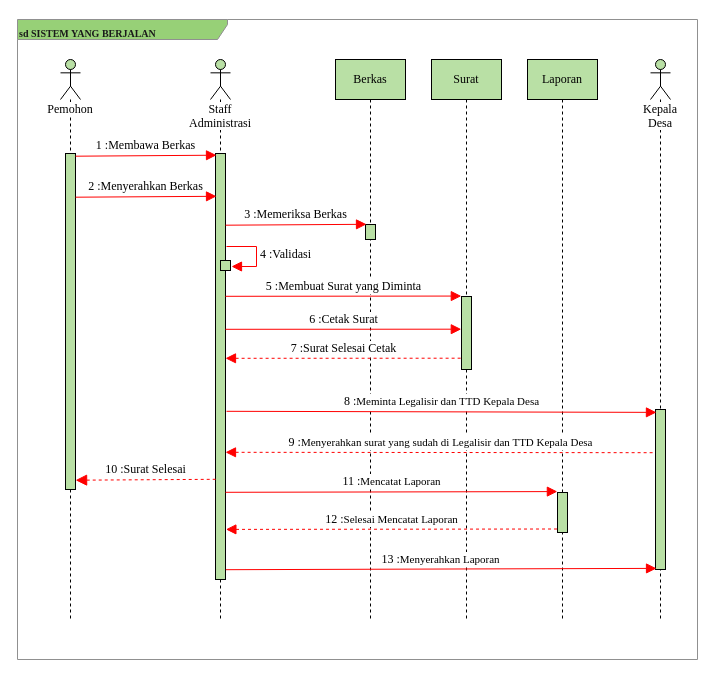
Above: page "sd-diagram" (3 of 3) of prosedur yang berjalan.drawio in AkbarMarunduri/Saga-Diagram (draw.io), before the change. Source tidied: cells renumbered, new cells numbered last; positions are measured from the earlier drawing's top-left corner, leaving out a move shared by most shapes. Both pictures are drawn from the tidied source at 100%, with x=0, y=0 at pixel (-443, 19).
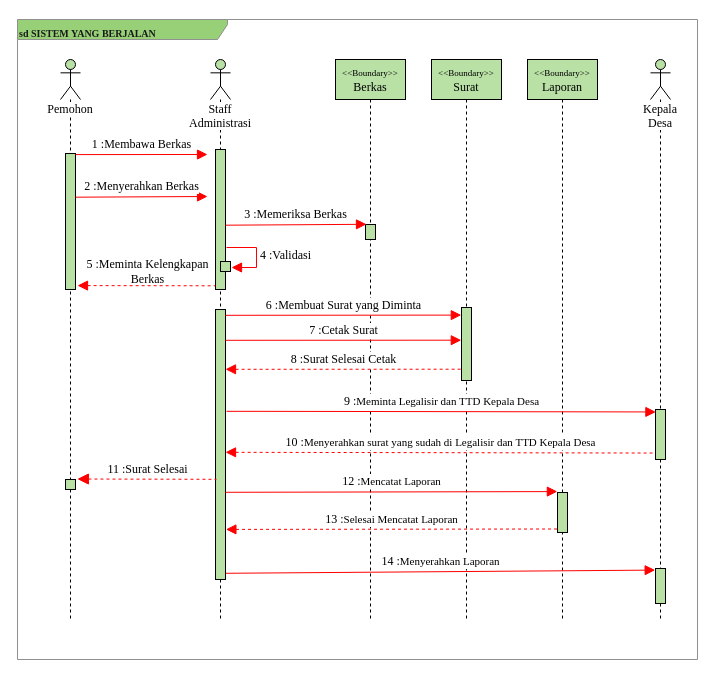
Above is the later version.

Unchanged cells that the change refers to:
```xml
<mxCell id="5" value="&lt;b style=&quot;font-size: x-small&quot;&gt;sd SISTEM YANG BERJALAN&lt;/b&gt;" style="shape=umlFrame;whiteSpace=wrap;html=1;hachureGap=4;fontFamily=Times New Roman;fontSize=20;width=210;height=20;fillColor=#97D077;strokeColor=#909090;fontColor=#1A1A1A;align=left;" parent="1" vertex="1">
  <mxGeometry x="460" width="680" height="640" as="geometry" />
</mxCell>
<mxCell id="6" value="&lt;font color=&quot;#000000&quot; style=&quot;background-color: rgb(255, 255, 255); font-size: 12px;&quot;&gt;Pemohon&lt;/font&gt;" style="shape=umlLifeline;participant=umlActor;perimeter=lifelinePerimeter;whiteSpace=wrap;html=1;verticalAlign=top;spacingTop=36;labelBackgroundColor=none;hachureGap=4;fontFamily=Times New Roman;fontSize=12;fontColor=#FFFFFF;strokeColor=#000000;fillColor=#B9E0A5;gradientColor=none;" parent="1" vertex="1">
  <mxGeometry x="503" y="40" width="20" height="560" as="geometry" />
</mxCell>
<mxCell id="8" value="&lt;font color=&quot;#000000&quot; style=&quot;background-color: rgb(255, 255, 255); font-size: 12px;&quot;&gt;Staff Administrasi&lt;/font&gt;" style="shape=umlLifeline;participant=umlActor;perimeter=lifelinePerimeter;whiteSpace=wrap;html=1;verticalAlign=top;spacingTop=36;labelBackgroundColor=none;hachureGap=4;fontFamily=Times New Roman;fontSize=12;fontColor=#FFFFFF;strokeColor=#000000;fillColor=#B9E0A5;gradientColor=none;" parent="1" vertex="1">
  <mxGeometry x="653" y="40" width="20" height="560" as="geometry" />
</mxCell>
<mxCell id="11" value="&lt;font color=&quot;#000000&quot;&gt;&lt;span style=&quot;background-color: rgb(255 , 255 , 255)&quot;&gt;Kepala Desa&lt;/span&gt;&lt;/font&gt;" style="shape=umlLifeline;participant=umlActor;perimeter=lifelinePerimeter;whiteSpace=wrap;html=1;verticalAlign=top;spacingTop=36;labelBackgroundColor=none;hachureGap=4;fontFamily=Times New Roman;fontSize=12;fontColor=#FFFFFF;strokeColor=#000000;fillColor=#B9E0A5;gradientColor=none;" parent="1" vertex="1">
  <mxGeometry x="1093" y="40" width="20" height="560" as="geometry" />
</mxCell>
<mxCell id="19" style="html=1;points=[];perimeter=orthogonalPerimeter;labelBackgroundColor=none;hachureGap=4;fontFamily=Times New Roman;fontSize=12;fontColor=#000000;strokeColor=#000000;fillColor=#B9E0A5;gradientColor=none;" parent="18" vertex="1">
  <mxGeometry x="30" y="433" width="10" height="40" as="geometry" />
</mxCell>
```

What changed in the source:
```diff
@@
     <mxCell id="7" style="html=1;points=[];perimeter=orthogonalPerimeter;labelBackgroundColor=#FFFFFF;hachureGap=4;fontFamily=Times New Roman;fontSize=12;fontColor=#000000;strokeColor=#000000;fillColor=#B9E0A5;gradientColor=none;" parent="6" vertex="1">
-      <mxGeometry x="5" y="94" width="10" height="336" as="geometry" />
+      <mxGeometry x="5" y="94" width="10" height="136" as="geometry" />
     </mxCell>
+    <mxCell id="32" style="html=1;perimeter=orthogonalPerimeter;labelBackgroundColor=#FFFFFF;hachureGap=4;fontFamily=Times New Roman;fontSize=12;fontColor=#000000;strokeColor=#000000;fillColor=#B9E0A5;gradientColor=none;" parent="6" vertex="1">
+      <mxGeometry x="5" y="420" width="10" height="10" as="geometry" />
+    </mxCell>
@@
+    <mxCell id="33" style="html=1;perimeter=orthogonalPerimeter;labelBackgroundColor=#FFFFFF;hachureGap=4;fontFamily=Times New Roman;fontSize=12;fontColor=#000000;strokeColor=#000000;fillColor=#B9E0A5;gradientColor=none;" parent="8" vertex="1">
+      <mxGeometry x="5" y="90" width="10" height="140" as="geometry" />
+    </mxCell>
     <mxCell id="9" style="html=1;points=[];perimeter=orthogonalPerimeter;labelBackgroundColor=#FFFFFF;hachureGap=4;fontFamily=Times New Roman;fontSize=12;fontColor=#000000;strokeColor=#000000;fillColor=#B9E0A5;gradientColor=none;" parent="8" vertex="1">
-      <mxGeometry x="5" y="94" width="10" height="426" as="geometry" />
+      <mxGeometry x="5" y="250" width="10" height="270" as="geometry" />
     </mxCell>
     <mxCell id="10" style="html=1;perimeter=orthogonalPerimeter;labelBackgroundColor=none;hachureGap=4;fontFamily=Times New Roman;fontSize=12;fontColor=#000000;strokeColor=#000000;fillColor=#B9E0A5;gradientColor=none;" parent="8" vertex="1">
-      <mxGeometry x="10" y="201" width="10" height="10" as="geometry" />
+      <mxGeometry x="10" y="202" width="10" height="10" as="geometry" />
     </mxCell>
@@
     <mxCell id="12" style="html=1;points=[];perimeter=orthogonalPerimeter;labelBackgroundColor=#FFFFFF;hachureGap=4;fontFamily=Times New Roman;fontSize=12;fontColor=#000000;strokeColor=#000000;fillColor=#B9E0A5;gradientColor=none;" parent="11" vertex="1">
-      <mxGeometry x="5" y="350" width="10" height="160" as="geometry" />
+      <mxGeometry x="5" y="350" width="10" height="50" as="geometry" />
     </mxCell>
+    <mxCell id="34" style="html=1;points=[];perimeter=orthogonalPerimeter;labelBackgroundColor=#FFFFFF;hachureGap=4;fontFamily=Times New Roman;fontSize=12;fontColor=#000000;strokeColor=#000000;fillColor=#B9E0A5;gradientColor=none;" parent="11" vertex="1">
+      <mxGeometry x="5" y="509" width="10" height="35" as="geometry" />
+    </mxCell>
-    <mxCell id="13" value="1 :Membawa Berkas" style="rounded=0;hachureGap=4;jettySize=auto;html=1;labelBackgroundColor=default;fontFamily=Times New Roman;fontSize=12;fontColor=#000000;endArrow=block;endFill=1;startSize=14;endSize=8;sourcePerimeterSpacing=8;targetPerimeterSpacing=8;strokeColor=#FF0000;exitX=1.009;exitY=0.008;exitDx=0;exitDy=0;exitPerimeter=0;entryX=0.1;entryY=0.004;entryDx=0;entryDy=0;entryPerimeter=0;" parent="1" edge="1" source="7" target="9">
-      <mxGeometry y="10" relative="1" as="geometry" />
+    <mxCell id="13" value="1 :Membawa Berkas" style="rounded=0;hachureGap=4;jettySize=auto;html=1;labelBackgroundColor=default;fontFamily=Times New Roman;fontSize=12;fontColor=#000000;endArrow=block;endFill=1;startSize=14;endSize=8;sourcePerimeterSpacing=8;targetPerimeterSpacing=8;strokeColor=#FF0000;exitX=1.009;exitY=0.008;exitDx=0;exitDy=0;exitPerimeter=0;" parent="1" edge="1" source="7">
+      <mxGeometry y="10" relative="1" as="geometry">
+        <mxPoint x="650" y="135" as="targetPoint" />
+      </mxGeometry>
     </mxCell>
-    <mxCell id="14" value="Berkas" style="shape=umlLifeline;perimeter=lifelinePerimeter;whiteSpace=wrap;html=1;labelBackgroundColor=none;hachureGap=4;fontFamily=Times New Roman;fontSize=12;fontColor=#000000;strokeColor=#000000;fillColor=#B9E0A5;gradientColor=none;" parent="1" vertex="1">
+    <mxCell id="14" value="&lt;font style=&quot;font-size: 9px&quot;&gt;&amp;lt;&amp;lt;Boundary&amp;gt;&amp;gt;&lt;br&gt;&lt;/font&gt;Berkas" style="shape=umlLifeline;perimeter=lifelinePerimeter;whiteSpace=wrap;html=1;labelBackgroundColor=none;hachureGap=4;fontFamily=Times New Roman;fontSize=12;fontColor=#000000;strokeColor=#000000;fillColor=#B9E0A5;gradientColor=none;" parent="1" vertex="1">
       <mxGeometry x="778" y="40" width="70" height="560" as="geometry" />
     </mxCell>
@@
-    <mxCell id="16" value="Surat" style="shape=umlLifeline;perimeter=lifelinePerimeter;whiteSpace=wrap;html=1;labelBackgroundColor=none;hachureGap=4;fontFamily=Times New Roman;fontSize=12;fontColor=#000000;strokeColor=#000000;fillColor=#B9E0A5;gradientColor=none;" parent="1" vertex="1">
+    <mxCell id="16" value="&lt;span style=&quot;font-size: 9px&quot;&gt;&amp;lt;&amp;lt;Boundary&amp;gt;&amp;gt;&lt;/span&gt;&lt;br style=&quot;font-size: 9px&quot;&gt;Surat" style="shape=umlLifeline;perimeter=lifelinePerimeter;whiteSpace=wrap;html=1;labelBackgroundColor=none;hachureGap=4;fontFamily=Times New Roman;fontSize=12;fontColor=#000000;strokeColor=#000000;fillColor=#B9E0A5;gradientColor=none;" parent="1" vertex="1">
       <mxGeometry x="874" y="40" width="70" height="560" as="geometry" />
     </mxCell>
     <mxCell id="17" style="html=1;points=[];perimeter=orthogonalPerimeter;labelBackgroundColor=none;hachureGap=4;fontFamily=Times New Roman;fontSize=12;fontColor=#000000;strokeColor=#000000;fillColor=#B9E0A5;gradientColor=none;" parent="16" vertex="1">
-      <mxGeometry x="30" y="237" width="10" height="73" as="geometry" />
+      <mxGeometry x="30" y="248" width="10" height="73" as="geometry" />
     </mxCell>
-    <mxCell id="18" value="Laporan" style="shape=umlLifeline;perimeter=lifelinePerimeter;whiteSpace=wrap;html=1;labelBackgroundColor=none;hachureGap=4;fontFamily=Times New Roman;fontSize=12;fontColor=#000000;strokeColor=#000000;fillColor=#B9E0A5;gradientColor=none;" parent="1" vertex="1">
+    <mxCell id="18" value="&lt;span style=&quot;font-size: 9px&quot;&gt;&amp;lt;&amp;lt;Boundary&amp;gt;&amp;gt;&lt;/span&gt;&lt;br style=&quot;font-size: 9px&quot;&gt;Laporan" style="shape=umlLifeline;perimeter=lifelinePerimeter;whiteSpace=wrap;html=1;labelBackgroundColor=none;hachureGap=4;fontFamily=Times New Roman;fontSize=12;fontColor=#000000;strokeColor=#000000;fillColor=#B9E0A5;gradientColor=none;" parent="1" vertex="1">
       <mxGeometry x="970" y="40" width="70" height="560" as="geometry" />
     </mxCell>
@@
-    <mxCell id="20" value="2 :Menyerahkan Berkas" style="rounded=0;hachureGap=4;orthogonalLoop=1;jettySize=auto;html=1;labelBackgroundColor=default;fontFamily=Times New Roman;fontSize=12;fontColor=#000000;endArrow=block;endFill=1;startSize=14;endSize=8;sourcePerimeterSpacing=8;targetPerimeterSpacing=8;strokeColor=#FF0000;exitX=1.009;exitY=0.008;exitDx=0;exitDy=0;exitPerimeter=0;entryX=0.1;entryY=0.004;entryDx=0;entryDy=0;entryPerimeter=0;" parent="1" edge="1">
+    <mxCell id="20" value="2 :Menyerahkan Berkas" style="rounded=0;hachureGap=4;orthogonalLoop=1;jettySize=auto;html=1;labelBackgroundColor=default;fontFamily=Times New Roman;fontSize=12;fontColor=#000000;endArrow=block;endFill=1;startSize=14;endSize=8;sourcePerimeterSpacing=8;targetPerimeterSpacing=8;strokeColor=#FF0000;exitX=1.009;exitY=0.008;exitDx=0;exitDy=0;exitPerimeter=0;" parent="1" edge="1">
       <mxGeometry y="10" relative="1" as="geometry">
         <mxPoint x="518.1" y="177.7" as="sourcePoint" />
-        <mxPoint x="659" y="176.8" as="targetPoint" />
+        <mxPoint x="650" y="177" as="targetPoint" />
       </mxGeometry>
     </mxCell>
@@
-    <mxCell id="22" value="5 :Membuat Surat yang Diminta" style="rounded=0;hachureGap=4;jettySize=auto;html=1;labelBackgroundColor=default;fontFamily=Times New Roman;fontSize=12;fontColor=#000000;endArrow=block;endFill=1;startSize=14;endSize=8;sourcePerimeterSpacing=8;targetPerimeterSpacing=8;strokeColor=#FF0000;exitX=1.009;exitY=0.008;exitDx=0;exitDy=0;exitPerimeter=0;entryX=-0.019;entryY=-0.006;entryDx=0;entryDy=0;entryPerimeter=0;" parent="1" edge="1" target="17">
+    <mxCell id="22" value="6 :Membuat Surat yang Diminta" style="rounded=0;hachureGap=4;orthogonalLoop=1;jettySize=auto;html=1;labelBackgroundColor=default;fontFamily=Times New Roman;fontSize=12;fontColor=#000000;endArrow=block;endFill=1;startSize=14;endSize=8;sourcePerimeterSpacing=8;targetPerimeterSpacing=8;strokeColor=#FF0000;exitX=1.009;exitY=0.008;exitDx=0;exitDy=0;exitPerimeter=0;entryX=-0.019;entryY=-0.006;entryDx=0;entryDy=0;entryPerimeter=0;" parent="1" edge="1">
       <mxGeometry y="10" relative="1" as="geometry">
-        <mxPoint x="668" y="276.8" as="sourcePoint" />
+        <mxPoint x="668" y="295.8" as="sourcePoint" />
+        <mxPoint x="903.8" y="295.6" as="targetPoint" />
       </mxGeometry>
     </mxCell>
     <mxCell id="23" value="4 :Validasi" style="edgeStyle=orthogonalEdgeStyle;html=1;align=left;spacingLeft=2;endArrow=block;rounded=0;entryX=1;entryY=0;labelBackgroundColor=default;hachureGap=4;fontFamily=Times New Roman;fontSize=12;fontColor=#000000;startSize=14;endSize=8;sourcePerimeterSpacing=8;targetPerimeterSpacing=8;strokeColor=#FF0000;" parent="1" edge="1">
       <mxGeometry relative="1" as="geometry">
-        <mxPoint x="669" y="227" as="sourcePoint" />
-        <mxPoint x="674" y="247" as="targetPoint" />
+        <mxPoint x="669" y="228" as="sourcePoint" />
+        <mxPoint x="674" y="248" as="targetPoint" />
         <Array as="points">
-          <mxPoint x="699" y="227" />
+          <mxPoint x="699" y="228" />
         </Array>
       </mxGeometry>
     </mxCell>
-    <mxCell id="24" value="6 :Cetak Surat" style="rounded=0;hachureGap=4;orthogonalLoop=1;jettySize=auto;html=1;labelBackgroundColor=default;fontFamily=Times New Roman;fontSize=12;fontColor=#000000;endArrow=block;endFill=1;startSize=14;endSize=8;sourcePerimeterSpacing=8;targetPerimeterSpacing=8;strokeColor=#FF0000;exitX=1.009;exitY=0.008;exitDx=0;exitDy=0;exitPerimeter=0;entryX=-0.019;entryY=-0.006;entryDx=0;entryDy=0;entryPerimeter=0;" parent="1" edge="1">
+    <mxCell id="24" value="7 :Cetak Surat" style="rounded=0;hachureGap=4;orthogonalLoop=1;jettySize=auto;html=1;labelBackgroundColor=default;fontFamily=Times New Roman;fontSize=12;fontColor=#000000;endArrow=block;endFill=1;startSize=14;endSize=8;sourcePerimeterSpacing=8;targetPerimeterSpacing=8;strokeColor=#FF0000;exitX=1.009;exitY=0.008;exitDx=0;exitDy=0;exitPerimeter=0;entryX=-0.019;entryY=-0.006;entryDx=0;entryDy=0;entryPerimeter=0;" parent="1" edge="1">
       <mxGeometry y="10" relative="1" as="geometry">
-        <mxPoint x="668" y="309.8" as="sourcePoint" />
-        <mxPoint x="903.8" y="309.7" as="targetPoint" />
+        <mxPoint x="668" y="320.8" as="sourcePoint" />
+        <mxPoint x="903.8" y="320.7" as="targetPoint" />
       </mxGeometry>
     </mxCell>
-    <mxCell id="25" value="7 :Surat Selesai Cetak" style="rounded=0;hachureGap=4;orthogonalLoop=1;jettySize=auto;html=1;labelBackgroundColor=default;fontFamily=Times New Roman;fontSize=12;fontColor=#000000;endArrow=none;endFill=0;startSize=8;endSize=8;sourcePerimeterSpacing=8;targetPerimeterSpacing=8;strokeColor=#FF0000;exitX=1.009;exitY=0.008;exitDx=0;exitDy=0;exitPerimeter=0;entryX=-0.019;entryY=-0.006;entryDx=0;entryDy=0;entryPerimeter=0;startArrow=block;startFill=1;dashed=1;" parent="1" edge="1">
+    <mxCell id="25" value="8 :Surat Selesai Cetak" style="rounded=0;hachureGap=4;orthogonalLoop=1;jettySize=auto;html=1;labelBackgroundColor=default;fontFamily=Times New Roman;fontSize=12;fontColor=#000000;endArrow=none;endFill=0;startSize=8;endSize=8;sourcePerimeterSpacing=8;targetPerimeterSpacing=8;strokeColor=#FF0000;exitX=1.009;exitY=0.008;exitDx=0;exitDy=0;exitPerimeter=0;entryX=-0.019;entryY=-0.006;entryDx=0;entryDy=0;entryPerimeter=0;startArrow=block;startFill=1;dashed=1;" parent="1" edge="1">
       <mxGeometry y="10" relative="1" as="geometry">
-        <mxPoint x="668" y="338.8" as="sourcePoint" />
-        <mxPoint x="903.8" y="338.7" as="targetPoint" />
+        <mxPoint x="668" y="349.8" as="sourcePoint" />
+        <mxPoint x="903.8" y="349.7" as="targetPoint" />
       </mxGeometry>
     </mxCell>
-    <mxCell id="26" value="8 :&lt;span style=&quot;font-size: 11px&quot;&gt;Meminta Legalisir dan TTD Kepala Desa&lt;/span&gt;" style="rounded=0;hachureGap=4;jettySize=auto;html=1;labelBackgroundColor=default;fontFamily=Times New Roman;fontSize=12;fontColor=#000000;endArrow=block;endFill=1;startSize=14;endSize=8;sourcePerimeterSpacing=8;targetPerimeterSpacing=8;strokeColor=#FF0000;exitX=1.009;exitY=0.008;exitDx=0;exitDy=0;exitPerimeter=0;entryX=0.095;entryY=0.018;entryDx=0;entryDy=0;entryPerimeter=0;" parent="1" edge="1" target="12">
+    <mxCell id="26" value="9 :&lt;span style=&quot;font-size: 11px&quot;&gt;Meminta Legalisir dan TTD Kepala Desa&lt;/span&gt;" style="rounded=0;hachureGap=4;jettySize=auto;html=1;labelBackgroundColor=default;fontFamily=Times New Roman;fontSize=12;fontColor=#000000;endArrow=block;endFill=1;startSize=14;endSize=8;sourcePerimeterSpacing=8;targetPerimeterSpacing=8;strokeColor=#FF0000;exitX=1.009;exitY=0.008;exitDx=0;exitDy=0;exitPerimeter=0;entryX=0.04;entryY=0.049;entryDx=0;entryDy=0;entryPerimeter=0;" parent="1" edge="1" target="12">
       <mxGeometry y="10" relative="1" as="geometry">
         <mxPoint x="669" y="391.8" as="sourcePoint" />
       </mxGeometry>
     </mxCell>
-    <mxCell id="27" value="9 :&lt;span style=&quot;font-size: 11px&quot;&gt;Menyerahkan surat yang sudah di Legalisir dan TTD Kepala Desa&lt;/span&gt;" style="rounded=0;hachureGap=4;jettySize=auto;html=1;labelBackgroundColor=default;fontFamily=Times New Roman;fontSize=12;fontColor=#000000;endArrow=none;endFill=0;startSize=8;endSize=8;sourcePerimeterSpacing=8;targetPerimeterSpacing=8;strokeColor=#FF0000;exitX=1.009;exitY=0.008;exitDx=0;exitDy=0;exitPerimeter=0;startArrow=block;startFill=1;entryX=-0.087;entryY=0.27;entryDx=0;entryDy=0;entryPerimeter=0;dashed=1;" parent="1" edge="1" target="12">
+    <mxCell id="27" value="10 :&lt;span style=&quot;font-size: 11px&quot;&gt;Menyerahkan surat yang sudah di Legalisir dan TTD Kepala Desa&lt;/span&gt;" style="rounded=0;hachureGap=4;jettySize=auto;html=1;labelBackgroundColor=default;fontFamily=Times New Roman;fontSize=12;fontColor=#000000;endArrow=none;endFill=0;startSize=8;endSize=8;sourcePerimeterSpacing=8;targetPerimeterSpacing=8;strokeColor=#FF0000;exitX=1.009;exitY=0.008;exitDx=0;exitDy=0;exitPerimeter=0;startArrow=block;startFill=1;dashed=1;entryX=-0.032;entryY=0.871;entryDx=0;entryDy=0;entryPerimeter=0;" parent="1" edge="1" target="12">
       <mxGeometry y="10" relative="1" as="geometry">
         <mxPoint x="668" y="432.8" as="sourcePoint" />
       </mxGeometry>
     </mxCell>
-    <mxCell id="28" value="10 :Surat Selesai" style="rounded=0;hachureGap=4;orthogonalLoop=1;jettySize=auto;html=1;labelBackgroundColor=default;fontFamily=Times New Roman;fontSize=12;fontColor=#000000;endArrow=none;endFill=0;startSize=9;endSize=8;sourcePerimeterSpacing=8;targetPerimeterSpacing=8;strokeColor=#FF0000;exitX=1.009;exitY=0.008;exitDx=0;exitDy=0;exitPerimeter=0;entryX=0.1;entryY=0.004;entryDx=0;entryDy=0;entryPerimeter=0;startArrow=block;startFill=1;dashed=1;" parent="1" edge="1">
+    <mxCell id="28" value="11 :Surat Selesai" style="rounded=0;hachureGap=4;jettySize=auto;html=1;labelBackgroundColor=default;fontFamily=Times New Roman;fontSize=12;fontColor=#000000;endArrow=none;endFill=0;startSize=9;endSize=8;sourcePerimeterSpacing=8;targetPerimeterSpacing=8;strokeColor=#FF0000;entryX=0.1;entryY=0.004;entryDx=0;entryDy=0;entryPerimeter=0;startArrow=block;startFill=1;dashed=1;exitX=0.088;exitY=0.718;exitDx=0;exitDy=0;exitPerimeter=0;" parent="1" edge="1" source="5">
       <mxGeometry y="10" relative="1" as="geometry">
-        <mxPoint x="518.1" y="460.7" as="sourcePoint" />
         <mxPoint x="659" y="459.8" as="targetPoint" />
       </mxGeometry>
     </mxCell>
-    <mxCell id="29" value="11 :&lt;span style=&quot;font-size: 11px&quot;&gt;Mencatat Laporan&lt;/span&gt;" style="rounded=0;hachureGap=4;jettySize=auto;html=1;labelBackgroundColor=default;fontFamily=Times New Roman;fontSize=12;fontColor=#000000;endArrow=block;endFill=1;startSize=14;endSize=8;sourcePerimeterSpacing=8;targetPerimeterSpacing=8;strokeColor=#FF0000;exitX=1.009;exitY=0.008;exitDx=0;exitDy=0;exitPerimeter=0;entryX=-0.013;entryY=-0.023;entryDx=0;entryDy=0;entryPerimeter=0;" parent="1" edge="1" target="19">
+    <mxCell id="29" value="12 :&lt;span style=&quot;font-size: 11px&quot;&gt;Mencatat Laporan&lt;/span&gt;" style="rounded=0;hachureGap=4;jettySize=auto;html=1;labelBackgroundColor=default;fontFamily=Times New Roman;fontSize=12;fontColor=#000000;endArrow=block;endFill=1;startSize=14;endSize=8;sourcePerimeterSpacing=8;targetPerimeterSpacing=8;strokeColor=#FF0000;exitX=1.009;exitY=0.008;exitDx=0;exitDy=0;exitPerimeter=0;entryX=-0.013;entryY=-0.023;entryDx=0;entryDy=0;entryPerimeter=0;" parent="1" edge="1" target="19">
       <mxGeometry y="10" relative="1" as="geometry">
         <mxPoint x="668" y="472.8" as="sourcePoint" />
       </mxGeometry>
     </mxCell>
-    <mxCell id="30" value="12 :&lt;span style=&quot;font-size: 11px&quot;&gt;Selesai Mencatat Laporan&lt;/span&gt;" style="rounded=0;hachureGap=4;orthogonalLoop=1;jettySize=auto;html=1;labelBackgroundColor=default;fontFamily=Times New Roman;fontSize=12;fontColor=#000000;endArrow=none;endFill=0;startSize=8;endSize=8;sourcePerimeterSpacing=8;targetPerimeterSpacing=8;strokeColor=#FF0000;exitX=1.04;exitY=0.961;exitDx=0;exitDy=0;exitPerimeter=0;startArrow=block;startFill=1;entryX=0.021;entryY=0.788;entryDx=0;entryDy=0;entryPerimeter=0;dashed=1;" parent="1" edge="1">
+    <mxCell id="30" value="13 :&lt;span style=&quot;font-size: 11px&quot;&gt;Selesai Mencatat Laporan&lt;/span&gt;" style="rounded=0;hachureGap=4;orthogonalLoop=1;jettySize=auto;html=1;labelBackgroundColor=default;fontFamily=Times New Roman;fontSize=12;fontColor=#000000;endArrow=none;endFill=0;startSize=8;endSize=8;sourcePerimeterSpacing=8;targetPerimeterSpacing=8;strokeColor=#FF0000;exitX=1.04;exitY=0.961;exitDx=0;exitDy=0;exitPerimeter=0;startArrow=block;startFill=1;entryX=0.021;entryY=0.788;entryDx=0;entryDy=0;entryPerimeter=0;dashed=1;" parent="1" edge="1">
       <mxGeometry y="10" relative="1" as="geometry">
         <mxPoint x="668.4" y="509.9" as="sourcePoint" />
         <mxPoint x="1000.2" y="509.5" as="targetPoint" />
       </mxGeometry>
     </mxCell>
-    <mxCell id="31" value="13 :&lt;span style=&quot;font-size: 11px&quot;&gt;Menyerahkan Laporan&lt;/span&gt;" style="rounded=0;hachureGap=4;jettySize=auto;html=1;labelBackgroundColor=default;fontFamily=Times New Roman;fontSize=12;fontColor=#000000;endArrow=block;endFill=1;startSize=14;endSize=8;sourcePerimeterSpacing=8;targetPerimeterSpacing=8;strokeColor=#FF0000;entryX=0.102;entryY=0.993;entryDx=0;entryDy=0;entryPerimeter=0;exitX=1.04;exitY=0.977;exitDx=0;exitDy=0;exitPerimeter=0;" parent="1" edge="1" source="9" target="12">
+    <mxCell id="31" value="14 :&lt;span style=&quot;font-size: 11px&quot;&gt;Menyerahkan Laporan&lt;/span&gt;" style="rounded=0;hachureGap=4;jettySize=auto;html=1;labelBackgroundColor=default;fontFamily=Times New Roman;fontSize=12;fontColor=#000000;endArrow=block;endFill=1;startSize=14;endSize=8;sourcePerimeterSpacing=8;targetPerimeterSpacing=8;strokeColor=#FF0000;exitX=1.04;exitY=0.977;exitDx=0;exitDy=0;exitPerimeter=0;entryX=-0.032;entryY=0.046;entryDx=0;entryDy=0;entryPerimeter=0;" parent="1" edge="1" source="9" target="34">
       <mxGeometry y="10" relative="1" as="geometry" />
     </mxCell>
+    <mxCell id="35" value="5 :Meminta Kelengkapan &lt;br&gt;Berkas" style="rounded=0;hachureGap=4;orthogonalLoop=1;jettySize=auto;html=1;labelBackgroundColor=none;fontFamily=Times New Roman;fontSize=12;fontColor=#000000;endArrow=none;endFill=0;startSize=8;endSize=8;sourcePerimeterSpacing=8;targetPerimeterSpacing=8;strokeColor=#FF0000;startArrow=block;startFill=1;dashed=1;exitX=1.2;exitY=0.405;exitDx=0;exitDy=0;exitPerimeter=0;entryX=-0.032;entryY=0.32;entryDx=0;entryDy=0;entryPerimeter=0;" parent="1" edge="1">
+      <mxGeometry x="0.02" y="14" relative="1" as="geometry">
+        <mxPoint x="520" y="266.1" as="sourcePoint" />
+        <mxPoint x="657.7" y="266.3" as="targetPoint" />
+      </mxGeometry>
+    </mxCell>
```
